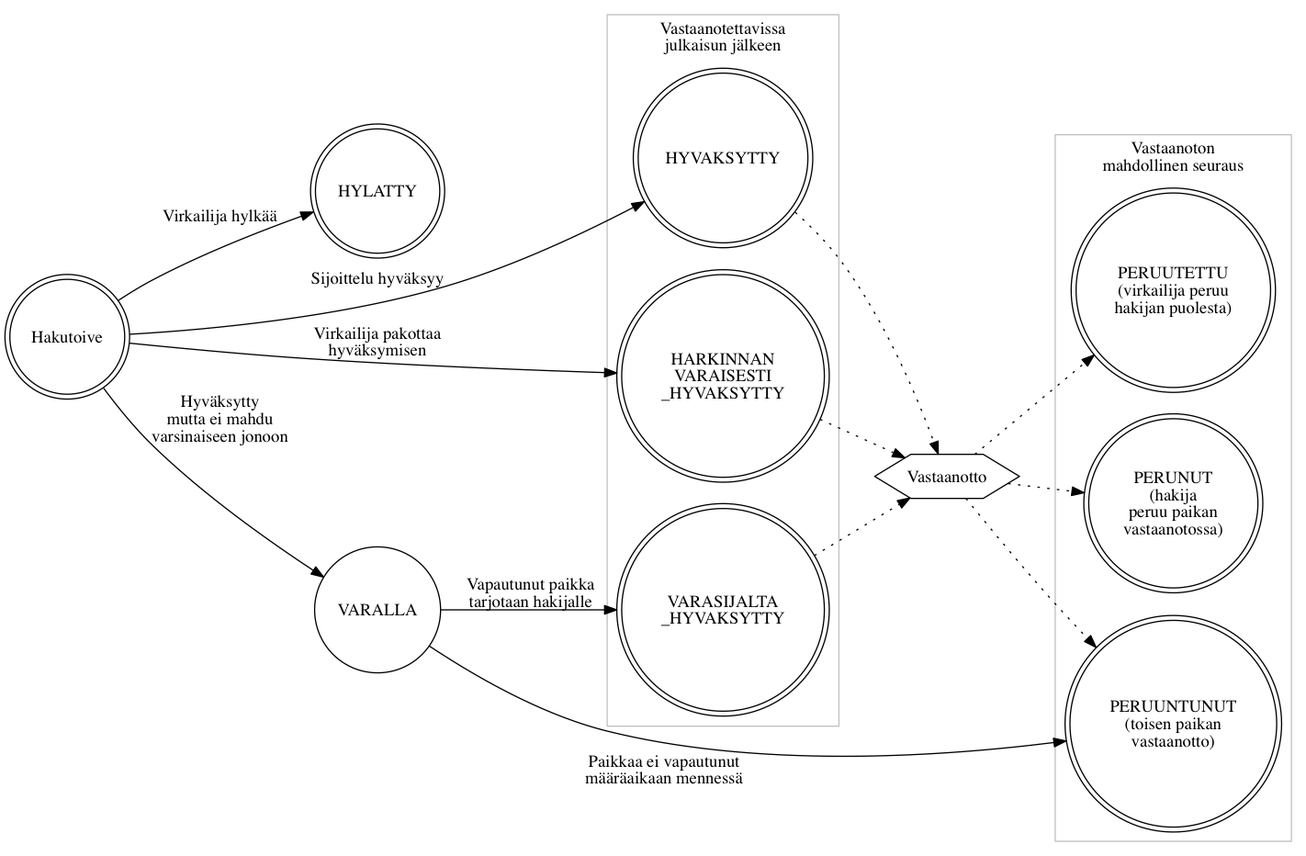
This is img/valintatila_sijoittelulla.png from Opetushallitus/dokumentaatio, a Graphviz export, as it was before one commit. Its source is kept beside it as dot/valintatila_sijoittelulla.dot. Its diagram source:
```dot
digraph g {
  rankdir=LR;
  node [shape=doublecircle];

  Hakutoive -> HYLATTY [label="Virkailija hylkää"];
  Hakutoive -> HYVAKSYTTY [label="Sijoittelu hyväksyy"];
  PERUUTETTU [label="PERUUTETTU\n(virkailija peruu\nhakijan puolesta)"];
  Hakutoive -> VARALLA [label="Hyväksytty\nmutta ei mahdu\nvarsinaiseen jonoon"];
  VARALLA -> VARASIJALTA_HYVAKSYTTY [label="Vapautunut paikka\ntarjotaan hakijalle"];
  VARALLA -> PERUUNTUNUT [xlabel="Paikkaa ei vapautunut\nmääräaikaan mennessä"];
  PERUUNTUNUT [label="PERUUNTUNUT\n(toisen paikan\nvastaanotto)"];
  PERUNUT [label="PERUNUT\n(hakija\nperuu paikan\nvastaanotossa)"];

  Hakutoive -> HARKINNANVARAISESTI_HYVAKSYTTY [label="Virkailija pakottaa\nhyväksymisen"];

  subgraph cluster_vastaanotto {
    label="Vastaanoton\nmahdollinen seuraus";
    color=gray;
    rank=same;
    PERUUTETTU, PERUUNTUNUT, PERUNUT;
  }

  subgraph cluster_hyvaksytty {
    label="Vastaanotettavissa\njulkaisun jälkeen";
    color=gray;
    rank=same;
    HYVAKSYTTY
    HARKINNANVARAISESTI_HYVAKSYTTY [label="HARKINNAN\nVARAISESTI\n_HYVAKSYTTY"];
    VARASIJALTA_HYVAKSYTTY [label="VARASIJALTA\n_HYVAKSYTTY"];
  }

  VARALLA [shape=circle];
  Vastaanotto [shape=hexagon];
  HARKINNANVARAISESTI_HYVAKSYTTY, HYVAKSYTTY, VARASIJALTA_HYVAKSYTTY -> Vastaanotto -> PERUNUT, PERUUNTUNUT, PERUUTETTU [style=dotted];
}
```
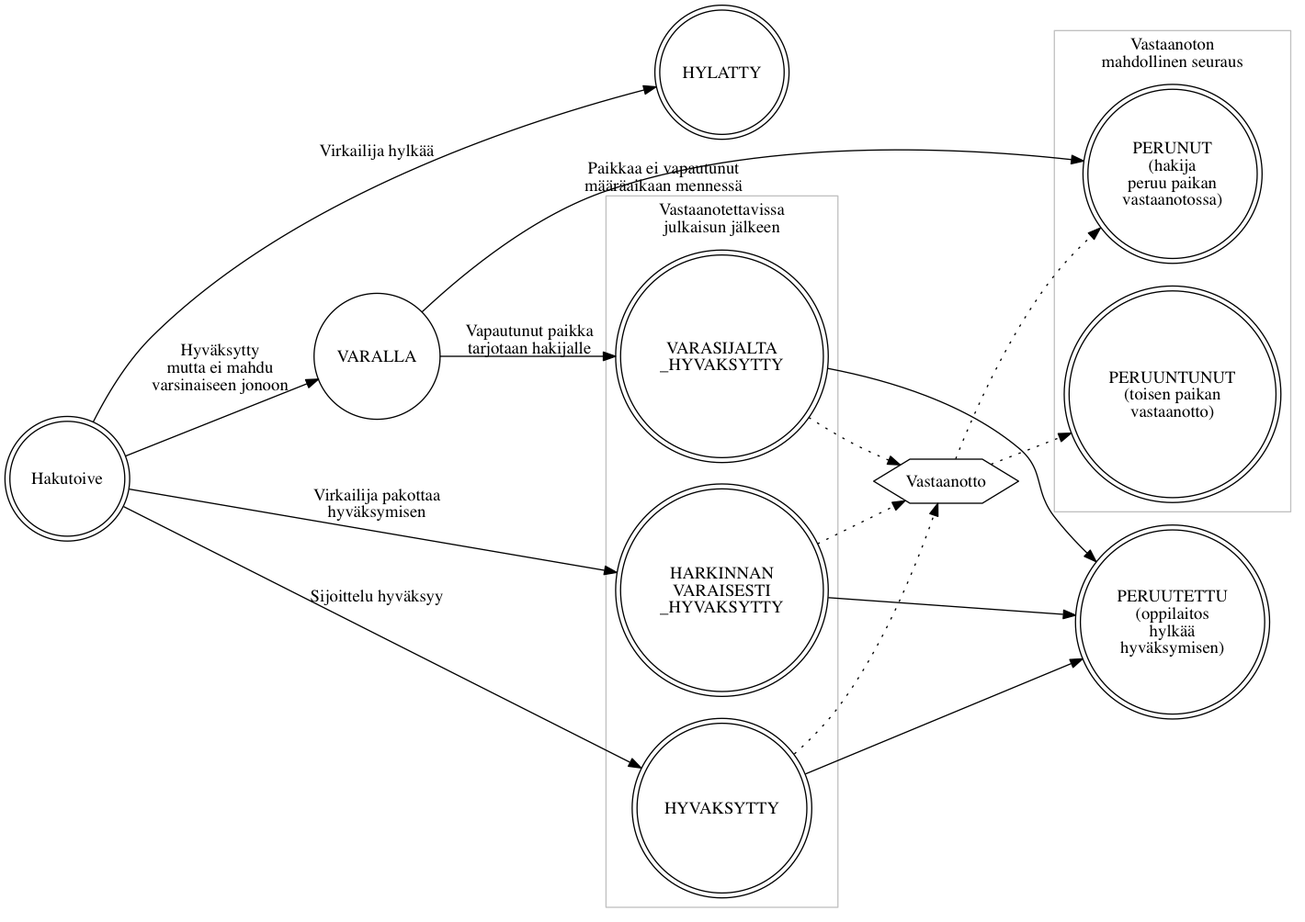
The same file after the commit.

Commit message:
Korjaa PERUUTETTU tila kaaviosta

Change to the diagram source:
```diff
@@ -4,20 +4,32 @@
 
   Hakutoive -> HYLATTY [label="Virkailija hylkää"];
   Hakutoive -> HYVAKSYTTY [label="Sijoittelu hyväksyy"];
-  PERUUTETTU [label="PERUUTETTU\n(virkailija peruu\nhakijan puolesta)"];
   Hakutoive -> VARALLA [label="Hyväksytty\nmutta ei mahdu\nvarsinaiseen jonoon"];
   VARALLA -> VARASIJALTA_HYVAKSYTTY [label="Vapautunut paikka\ntarjotaan hakijalle"];
-  VARALLA -> PERUUNTUNUT [xlabel="Paikkaa ei vapautunut\nmääräaikaan mennessä"];
+  VARALLA -> PERUNUT [xlabel="Paikkaa ei vapautunut\nmääräaikaan mennessä"];
   PERUUNTUNUT [label="PERUUNTUNUT\n(toisen paikan\nvastaanotto)"];
   PERUNUT [label="PERUNUT\n(hakija\nperuu paikan\nvastaanotossa)"];
 
   Hakutoive -> HARKINNANVARAISESTI_HYVAKSYTTY [label="Virkailija pakottaa\nhyväksymisen"];
 
+  HARKINNANVARAISESTI_HYVAKSYTTY, HYVAKSYTTY, VARASIJALTA_HYVAKSYTTY -> PERUUTETTU;
+
+  {
+    rank=same;
+    HYLATTY;
+    HYVAKSYTTY;
+  }
+  {
+    rank=same;
+    PERUUTETTU [label="PERUUTETTU\n(oppilaitos\nhylkää\nhyväksymisen)"];
+    PERUNUT;
+  }
+
   subgraph cluster_vastaanotto {
     label="Vastaanoton\nmahdollinen seuraus";
     color=gray;
     rank=same;
-    PERUUTETTU, PERUUNTUNUT, PERUNUT;
+    PERUUNTUNUT, PERUNUT;
   }
 
   subgraph cluster_hyvaksytty {
@@ -31,5 +43,5 @@
 
   VARALLA [shape=circle];
   Vastaanotto [shape=hexagon];
-  HARKINNANVARAISESTI_HYVAKSYTTY, HYVAKSYTTY, VARASIJALTA_HYVAKSYTTY -> Vastaanotto -> PERUNUT, PERUUNTUNUT, PERUUTETTU [style=dotted];
+  HARKINNANVARAISESTI_HYVAKSYTTY, HYVAKSYTTY, VARASIJALTA_HYVAKSYTTY -> Vastaanotto -> PERUNUT, PERUUNTUNUT [style=dotted];
 }
```
